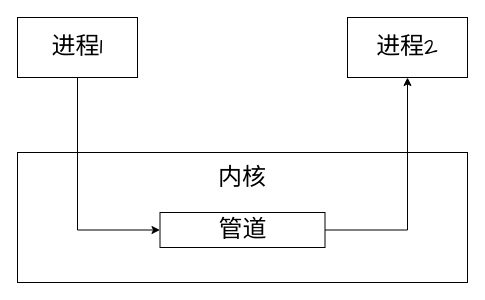
Earlier version of the draw.io diagram 进程通信.drawio (leungbless/MD-). Source tidied: cells renumbered, new cells numbered last; positions are measured from the earlier drawing's top-left corner, leaving out a move shared by most shapes. Both pictures are drawn from the tidied source at 100%, with x=0, y=0 at pixel (17, 17).
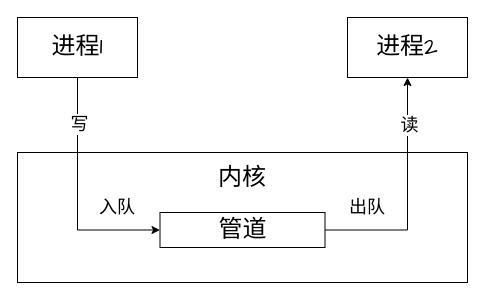
The same diagram, later.

Commit message (it also covers changes not shown here):
更新进程通信.drawio

What changed in the source:
```diff
@@
 <mxGraphModel>
   <root>
     <mxCell id="0" />
     <mxCell id="1" parent="0" />
     <mxCell id="2" style="rounded=0;whiteSpace=wrap;html=1;" parent="1" vertex="1">
       <mxGeometry y="135" width="450" height="130" as="geometry" />
     </mxCell>
     <mxCell id="3" style="edgeStyle=orthogonalEdgeStyle;rounded=0;jettySize=auto;html=1;entryX=0;entryY=0.5;entryDx=0;entryDy=0;exitX=0.5;exitY=1;exitDx=0;exitDy=0;" parent="1" edge="1" source="4" target="7">
       <mxGeometry relative="1" as="geometry" />
     </mxCell>
+    <mxCell id="9" value="&lt;font style=&quot;font-size: 18px;&quot;&gt;写&lt;/font&gt;" style="edgeLabel;html=1;align=center;verticalAlign=middle;" parent="3" vertex="1">
+      <mxGeometry x="-0.61" y="1" relative="1" as="geometry" />
+    </mxCell>
     <mxCell id="4" value="&lt;font face=&quot;Comic Sans MS&quot; style=&quot;font-size: 24px;&quot;&gt;进程1&lt;/font&gt;" style="rounded=0;whiteSpace=wrap;html=1;" parent="1" vertex="1">
       <mxGeometry width="120" height="60" as="geometry" />
     </mxCell>
     <mxCell id="5" value="&lt;font face=&quot;Comic Sans MS&quot; style=&quot;font-size: 24px;&quot;&gt;进程2&lt;/font&gt;" style="rounded=0;whiteSpace=wrap;html=1;" parent="1" vertex="1">
       <mxGeometry x="330" width="120" height="60" as="geometry" />
     </mxCell>
     <mxCell id="6" style="edgeStyle=orthogonalEdgeStyle;rounded=0;jettySize=auto;html=1;entryX=0.5;entryY=1;entryDx=0;entryDy=0;" parent="1" edge="1" source="7" target="5">
       <mxGeometry relative="1" as="geometry" />
     </mxCell>
+    <mxCell id="10" value="&lt;font style=&quot;font-size: 18px;&quot;&gt;读&lt;/font&gt;" style="edgeLabel;html=1;align=center;verticalAlign=middle;" parent="6" vertex="1">
+      <mxGeometry x="0.6" y="-1" relative="1" as="geometry" />
+    </mxCell>
     <mxCell id="7" value="&lt;font face=&quot;Comic Sans MS&quot; style=&quot;font-size: 24px;&quot;&gt;管道&lt;/font&gt;" style="rounded=0;whiteSpace=wrap;html=1;" parent="1" vertex="1">
       <mxGeometry x="142.5" y="195" width="165" height="35" as="geometry" />
     </mxCell>
     <mxCell id="8" value="&lt;font style=&quot;font-size: 24px;&quot;&gt;内核&lt;/font&gt;" style="text;html=1;strokeColor=none;fillColor=none;align=center;verticalAlign=middle;whiteSpace=wrap;rounded=0;" parent="1" vertex="1">
       <mxGeometry x="185" y="145" width="80" height="30" as="geometry" />
     </mxCell>
+    <mxCell id="11" value="&lt;font style=&quot;font-size: 18px;&quot;&gt;入队&lt;/font&gt;" style="text;html=1;strokeColor=none;fillColor=none;align=center;verticalAlign=middle;whiteSpace=wrap;rounded=0;" parent="1" vertex="1">
+      <mxGeometry x="70" y="175" width="60" height="30" as="geometry" />
+    </mxCell>
+    <mxCell id="12" value="&lt;font style=&quot;font-size: 18px;&quot;&gt;出队&lt;/font&gt;" style="text;html=1;strokeColor=none;fillColor=none;align=center;verticalAlign=middle;whiteSpace=wrap;rounded=0;" parent="1" vertex="1">
+      <mxGeometry x="320" y="175" width="60" height="30" as="geometry" />
+    </mxCell>
   </root>
 </mxGraphModel>
```
